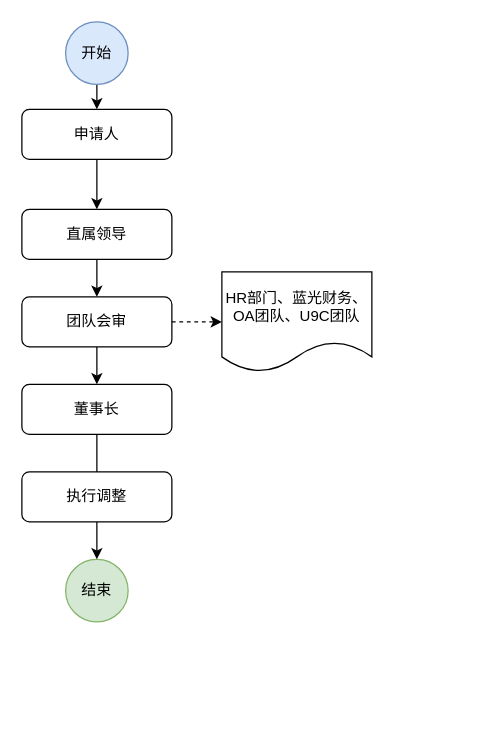
Earlier version of the draw.io diagram 部门调整申请单.drawio (pbm0802/GitIDEATest). Source tidied: cells renumbered, new cells numbered last; positions are measured from the earlier drawing's top-left corner, leaving out a move shared by most shapes. Both pictures are drawn from the tidied source at 125%, with x=0, y=0 at pixel (21, 21).
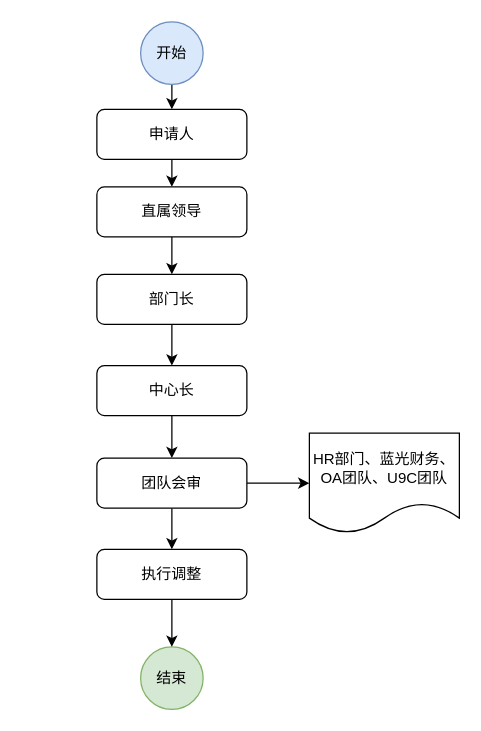
Above is the later version.

Commit message (it also covers changes not shown here):
更新部门调整申请单.drawio

Change to the diagram source:
```diff
@@
 <mxGraphModel>
   <root>
     <mxCell id="0" />
     <mxCell id="1" parent="0" />
     <mxCell id="2" style="edgeStyle=orthogonalEdgeStyle;rounded=0;jettySize=auto;html=1;exitX=0.5;exitY=1;exitDx=0;exitDy=0;entryX=0.5;entryY=0;entryDx=0;entryDy=0;" parent="1" edge="1" source="3" target="9">
       <mxGeometry relative="1" as="geometry" />
     </mxCell>
     <mxCell id="3" value="申请人" style="rounded=1;whiteSpace=wrap;html=1;fontSize=12;glass=0;strokeWidth=1;shadow=0;" parent="1" vertex="1">
-      <mxGeometry y="70" width="120" height="40" as="geometry" />
+      <mxGeometry x="60" y="70" width="120" height="40" as="geometry" />
     </mxCell>
     <mxCell id="4" style="edgeStyle=orthogonalEdgeStyle;rounded=0;jettySize=auto;html=1;exitX=0.5;exitY=1;exitDx=0;exitDy=0;entryX=0.5;entryY=0;entryDx=0;entryDy=0;" parent="1" edge="1" source="5" target="3">
       <mxGeometry relative="1" as="geometry" />
     </mxCell>
     <mxCell id="5" value="开始" style="ellipse;whiteSpace=wrap;html=1;fillColor=#dae8fc;strokeColor=#6c8ebf;" parent="1" vertex="1">
-      <mxGeometry x="35" width="50" height="50" as="geometry" />
+      <mxGeometry x="95" width="50" height="50" as="geometry" />
     </mxCell>
     <mxCell id="6" value="结束" style="ellipse;whiteSpace=wrap;html=1;fillColor=#d5e8d4;strokeColor=#82b366;" parent="1" vertex="1">
-      <mxGeometry x="35" y="430" width="50" height="50" as="geometry" />
+      <mxGeometry x="95" y="500" width="50" height="50" as="geometry" />
     </mxCell>
-    <mxCell id="7" style="edgeStyle=orthogonalEdgeStyle;rounded=0;jettySize=auto;html=1;exitX=0.5;exitY=1;exitDx=0;exitDy=0;entryX=0.5;entryY=0;entryDx=0;entryDy=0;" parent="1" edge="1" source="14" target="6">
-      <mxGeometry relative="1" as="geometry" />
-    </mxCell>
-    <mxCell id="8" style="edgeStyle=orthogonalEdgeStyle;rounded=0;jettySize=auto;html=1;exitX=0.5;exitY=1;exitDx=0;exitDy=0;entryX=0.5;entryY=0;entryDx=0;entryDy=0;" parent="1" edge="1" source="9" target="12">
-      <mxGeometry relative="1" as="geometry" />
-    </mxCell>
+    <mxCell id="16" style="edgeStyle=orthogonalEdgeStyle;rounded=0;jettySize=auto;html=1;exitX=0.5;exitY=1;exitDx=0;exitDy=0;entryX=0.5;entryY=0;entryDx=0;entryDy=0;" parent="1" edge="1" source="9" target="21">
+      <mxGeometry relative="1" as="geometry" />
+    </mxCell>
     <mxCell id="9" value="直属领导" style="rounded=1;whiteSpace=wrap;html=1;fontSize=12;glass=0;strokeWidth=1;shadow=0;" parent="1" vertex="1">
-      <mxGeometry y="150" width="120" height="40" as="geometry" />
+      <mxGeometry x="60" y="132" width="120" height="40" as="geometry" />
     </mxCell>
-    <mxCell id="10" style="edgeStyle=orthogonalEdgeStyle;rounded=0;jettySize=auto;html=1;exitX=1;exitY=0.5;exitDx=0;exitDy=0;dashed=1;" parent="1" edge="1" source="12">
-      <mxGeometry relative="1" as="geometry">
-        <mxPoint x="160" y="240" as="targetPoint" />
-      </mxGeometry>
-    </mxCell>
-    <mxCell id="11" style="edgeStyle=orthogonalEdgeStyle;rounded=0;jettySize=auto;html=1;exitX=0.5;exitY=1;exitDx=0;exitDy=0;entryX=0.5;entryY=0;entryDx=0;entryDy=0;" parent="1" edge="1" source="12" target="14">
-      <mxGeometry relative="1" as="geometry" />
-    </mxCell>
+    <mxCell id="17" style="edgeStyle=orthogonalEdgeStyle;rounded=0;jettySize=auto;html=1;exitX=0.5;exitY=1;exitDx=0;exitDy=0;entryX=0.5;entryY=0;entryDx=0;entryDy=0;" parent="1" edge="1" source="12" target="15">
+      <mxGeometry relative="1" as="geometry" />
+    </mxCell>
+    <mxCell id="18" style="edgeStyle=orthogonalEdgeStyle;rounded=0;jettySize=auto;html=1;exitX=1;exitY=0.5;exitDx=0;exitDy=0;entryX=0;entryY=0.5;entryDx=0;entryDy=0;" parent="1" edge="1" source="12" target="13">
+      <mxGeometry relative="1" as="geometry" />
+    </mxCell>
     <mxCell id="12" value="团队会审" style="rounded=1;whiteSpace=wrap;html=1;fontSize=12;glass=0;strokeWidth=1;shadow=0;" parent="1" vertex="1">
-      <mxGeometry y="220" width="120" height="40" as="geometry" />
+      <mxGeometry x="60" y="349" width="120" height="40" as="geometry" />
     </mxCell>
     <mxCell id="13" value="HR部门、蓝光财务、OA团队、U9C团队" style="shape=document;whiteSpace=wrap;html=1;boundedLbl=1;" parent="1" vertex="1">
-      <mxGeometry x="160" y="200" width="120" height="80" as="geometry" />
+      <mxGeometry x="230" y="329" width="120" height="80" as="geometry" />
     </mxCell>
-    <mxCell id="14" value="董事长" style="rounded=1;whiteSpace=wrap;html=1;fontSize=12;glass=0;strokeWidth=1;shadow=0;" parent="1" vertex="1">
-      <mxGeometry y="290" width="120" height="40" as="geometry" />
-    </mxCell>
+    <mxCell id="19" style="edgeStyle=orthogonalEdgeStyle;rounded=0;jettySize=auto;html=1;exitX=0.5;exitY=1;exitDx=0;exitDy=0;entryX=0.5;entryY=0;entryDx=0;entryDy=0;" parent="1" edge="1" source="15" target="6">
+      <mxGeometry relative="1" as="geometry" />
+    </mxCell>
     <mxCell id="15" value="执行调整" style="rounded=1;whiteSpace=wrap;html=1;fontSize=12;glass=0;strokeWidth=1;shadow=0;" parent="1" vertex="1">
-      <mxGeometry y="360" width="120" height="40" as="geometry" />
+      <mxGeometry x="60" y="422" width="120" height="40" as="geometry" />
     </mxCell>
+    <mxCell id="20" style="edgeStyle=orthogonalEdgeStyle;rounded=0;jettySize=auto;html=1;exitX=0.5;exitY=1;exitDx=0;exitDy=0;entryX=0.5;entryY=0;entryDx=0;entryDy=0;" parent="1" edge="1" source="21" target="23">
+      <mxGeometry relative="1" as="geometry" />
+    </mxCell>
+    <mxCell id="21" value="部门长" style="rounded=1;whiteSpace=wrap;html=1;fontSize=12;glass=0;strokeWidth=1;shadow=0;" parent="1" vertex="1">
+      <mxGeometry x="60" y="202" width="120" height="40" as="geometry" />
+    </mxCell>
+    <mxCell id="22" style="edgeStyle=orthogonalEdgeStyle;rounded=0;jettySize=auto;html=1;exitX=0.5;exitY=1;exitDx=0;exitDy=0;" parent="1" edge="1" source="23" target="12">
+      <mxGeometry relative="1" as="geometry" />
+    </mxCell>
+    <mxCell id="23" value="中心长" style="rounded=1;whiteSpace=wrap;html=1;fontSize=12;glass=0;strokeWidth=1;shadow=0;" parent="1" vertex="1">
+      <mxGeometry x="60" y="275" width="120" height="40" as="geometry" />
+    </mxCell>
   </root>
 </mxGraphModel>
```
